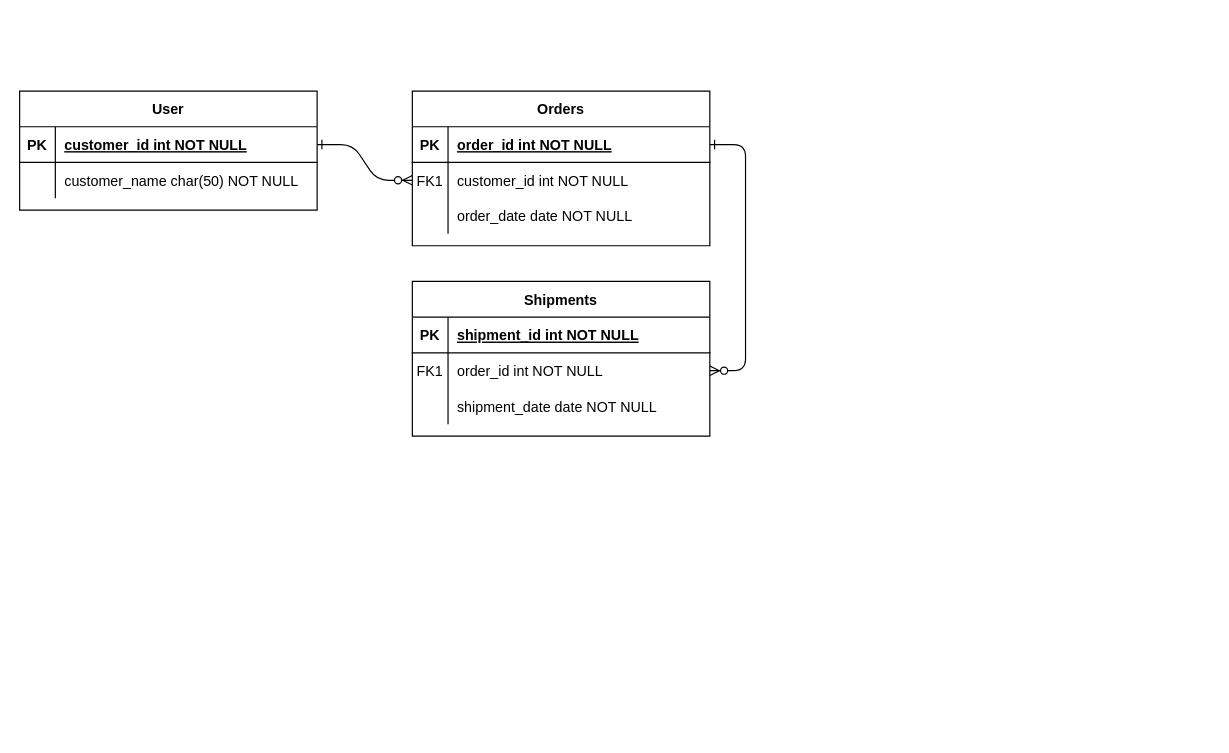
buddikatdk/Task01 keeps this draw.io diagram as page "Page-1" (1 of 3) of Task01.drawio. Above is the earlier version. Source tidied: cells renumbered, new cells numbered last; positions are measured from the earlier drawing's top-left corner, leaving out a move shared by most shapes. Both pictures are drawn from the tidied source at 119%, with x=0, y=0 at pixel (19, 90).
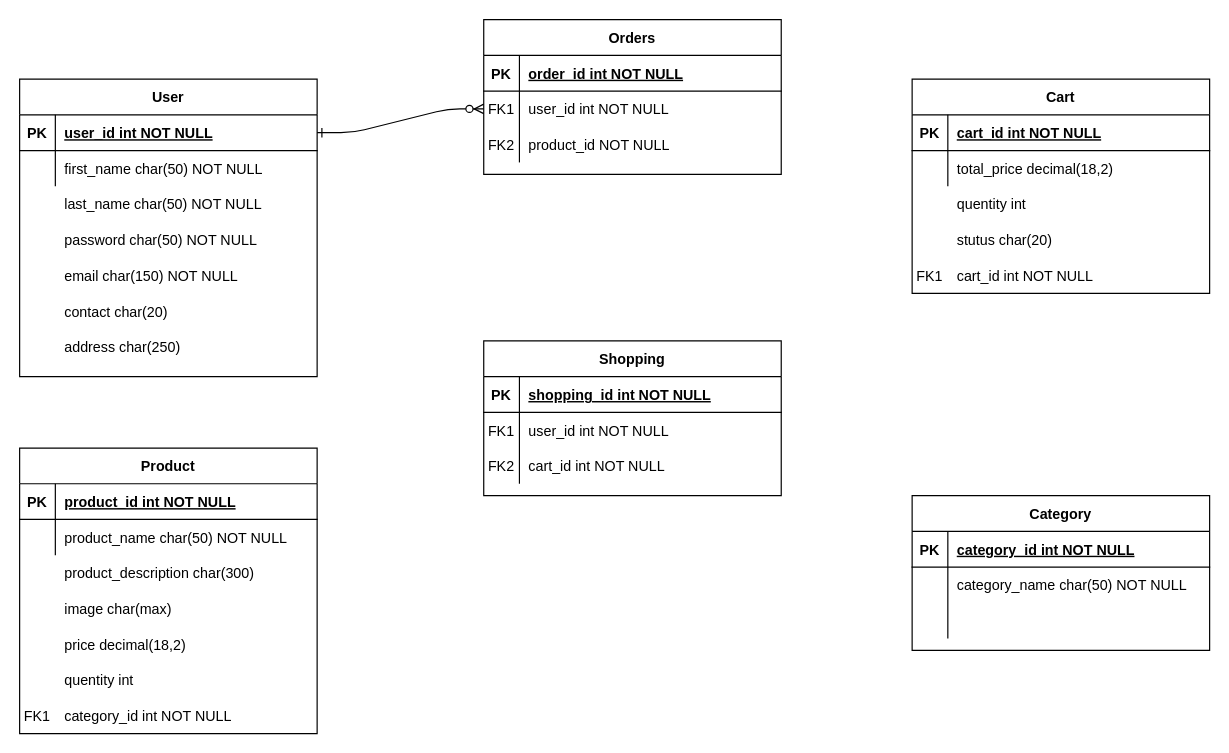
Above is the later version.

Unchanged cells that the change refers to:
```xml
<mxCell id="5" style="shape=partialRectangle;fillColor=none;points=[[0,0.5],[1,0.5]];portConstraint=eastwest;top=0;left=0;right=0;bottom=1;" parent="4" vertex="1">
  <mxGeometry y="30" width="250" height="30" as="geometry" />
</mxCell>
<mxCell id="8" style="shape=partialRectangle;fillColor=none;points=[[0,0.5],[1,0.5]];portConstraint=eastwest;top=0;left=0;right=0;bottom=0;" parent="4" vertex="1">
  <mxGeometry y="60" width="250" height="30" as="geometry" />
</mxCell>
<mxCell id="11" style="shape=partialRectangle;fillColor=none;top=0;left=0;right=0;bottom=0;" parent="4" vertex="1">
  <mxGeometry y="90" width="250" height="30" as="geometry" />
</mxCell>
<mxCell id="15" style="shape=partialRectangle;fillColor=none;top=0;left=0;right=0;bottom=1;" parent="14" vertex="1">
  <mxGeometry y="30" width="250" height="30" as="geometry" />
</mxCell>
<mxCell id="18" style="shape=partialRectangle;fillColor=none;points=[[0,0.5],[1,0.5]];portConstraint=eastwest;top=0;left=0;right=0;bottom=0;" parent="14" vertex="1">
  <mxGeometry y="60" width="250" height="30" as="geometry" />
</mxCell>
<mxCell id="21" style="shape=partialRectangle;fillColor=none;top=0;left=0;right=0;bottom=0;" parent="14" vertex="1">
  <mxGeometry y="90" width="250" height="30" as="geometry" />
</mxCell>
<mxCell id="25" style="shape=partialRectangle;fillColor=none;points=[[0,0.5],[1,0.5]];portConstraint=eastwest;top=0;left=0;right=0;bottom=1;" parent="24" vertex="1">
  <mxGeometry y="30" width="250" height="30" as="geometry" />
</mxCell>
<mxCell id="28" style="shape=partialRectangle;fillColor=none;top=0;left=0;right=0;bottom=0;" parent="24" vertex="1">
  <mxGeometry y="60" width="250" height="30" as="geometry" />
</mxCell>
```

The edit, as a diff of the source:
```diff
@@
-    <mxCell id="3" style="edgeStyle=entityRelationEdgeStyle;endArrow=ERzeroToMany;startArrow=ERone;endFill=1;startFill=0;" parent="1" edge="1" source="5" target="18">
-      <mxGeometry relative="1" as="geometry" />
-    </mxCell>
     <mxCell id="4" value="Orders" style="shape=table;startSize=30;childLayout=tableLayout;rowLines=0;fontStyle=1;align=center;" parent="1" vertex="1">
-      <mxGeometry x="330" width="250" height="130" as="geometry" />
+      <mxGeometry x="390" y="-60" width="250" height="130" as="geometry" />
     </mxCell>
@@
-    <mxCell id="10" value="customer_id int NOT NULL" style="shape=partialRectangle;overflow=hidden;fillColor=none;top=0;left=0;bottom=0;right=0;align=left;spacingLeft=6;" parent="8" vertex="1">
+    <mxCell id="10" value="user_id int NOT NULL" style="shape=partialRectangle;overflow=hidden;fillColor=none;top=0;left=0;bottom=0;right=0;align=left;spacingLeft=6;" parent="8" vertex="1">
       <mxGeometry x="30" width="220" height="30" as="geometry" />
     </mxCell>
@@
-    <mxCell id="13" value="order_date date NOT NULL" style="shape=partialRectangle;overflow=hidden;fillColor=none;top=0;left=0;bottom=0;right=0;align=left;spacingLeft=6;" parent="11" vertex="1">
+    <mxCell id="13" value="product_id NOT NULL" style="shape=partialRectangle;overflow=hidden;fillColor=none;top=0;left=0;bottom=0;right=0;align=left;spacingLeft=6;" parent="11" vertex="1">
       <mxGeometry x="30" width="220" height="30" as="geometry" />
     </mxCell>
-    <mxCell id="14" value="Shipments" style="shape=table;startSize=30;childLayout=tableLayout;rowLines=0;fontStyle=1;align=center;" parent="1" vertex="1">
-      <mxGeometry x="330" y="160" width="250" height="130" as="geometry" />
+    <mxCell id="14" value="Shopping" style="shape=table;startSize=30;childLayout=tableLayout;rowLines=0;fontStyle=1;align=center;" parent="1" vertex="1">
+      <mxGeometry x="390" y="210" width="250" height="130" as="geometry" />
     </mxCell>
@@
-    <mxCell id="17" value="shipment_id int NOT NULL " style="shape=partialRectangle;overflow=hidden;fillColor=none;top=0;left=0;bottom=0;right=0;align=left;spacingLeft=6;fontStyle=5;" parent="15" vertex="1">
+    <mxCell id="17" value="shopping_id int NOT NULL " style="shape=partialRectangle;overflow=hidden;fillColor=none;top=0;left=0;bottom=0;right=0;align=left;spacingLeft=6;fontStyle=5;" parent="15" vertex="1">
       <mxGeometry x="30" width="220" height="30" as="geometry" />
     </mxCell>
@@
-    <mxCell id="20" value="order_id int NOT NULL" style="shape=partialRectangle;overflow=hidden;fillColor=none;top=0;left=0;bottom=0;right=0;align=left;spacingLeft=6;" parent="18" vertex="1">
+    <mxCell id="20" value="user_id int NOT NULL" style="shape=partialRectangle;overflow=hidden;fillColor=none;top=0;left=0;bottom=0;right=0;align=left;spacingLeft=6;" parent="18" vertex="1">
       <mxGeometry x="30" width="220" height="30" as="geometry" />
     </mxCell>
@@
-    <mxCell id="23" value="shipment_date date NOT NULL" style="shape=partialRectangle;overflow=hidden;fillColor=none;top=0;left=0;bottom=0;right=0;align=left;spacingLeft=6;" parent="21" vertex="1">
+    <mxCell id="23" style="shape=partialRectangle;overflow=hidden;fillColor=none;top=0;left=0;bottom=0;right=0;align=left;spacingLeft=6;" parent="21" vertex="1">
       <mxGeometry x="30" width="220" height="30" as="geometry" />
     </mxCell>
     <mxCell id="24" value="User" style="shape=table;startSize=30;childLayout=tableLayout;rowLines=0;fontStyle=1;align=center;" parent="1" vertex="1">
-      <mxGeometry width="250" height="100" as="geometry" />
+      <mxGeometry y="-10" width="250" height="250" as="geometry" />
     </mxCell>
@@
-    <mxCell id="27" value="customer_id int NOT NULL " style="shape=partialRectangle;overflow=hidden;fillColor=none;top=0;left=0;bottom=0;right=0;align=left;spacingLeft=6;fontStyle=5;" parent="25" vertex="1">
+    <mxCell id="27" value="user_id int NOT NULL " style="shape=partialRectangle;overflow=hidden;fillColor=none;top=0;left=0;bottom=0;right=0;align=left;spacingLeft=6;fontStyle=5;" parent="25" vertex="1">
       <mxGeometry x="30" width="220" height="30" as="geometry" />
     </mxCell>
@@
-    <mxCell id="30" value="customer_name char(50) NOT NULL" style="shape=partialRectangle;overflow=hidden;fillColor=none;top=0;left=0;bottom=0;right=0;align=left;spacingLeft=6;" parent="28" vertex="1">
+    <mxCell id="30" value="first_name char(50) NOT NULL" style="shape=partialRectangle;overflow=hidden;fillColor=none;top=0;left=0;bottom=0;right=0;align=left;spacingLeft=6;" parent="28" vertex="1">
       <mxGeometry x="30" width="220" height="30" as="geometry" />
     </mxCell>
+    <mxCell id="31" value="last_name char(50) NOT NULL" style="shape=partialRectangle;overflow=hidden;fillColor=none;top=0;left=0;bottom=0;right=0;align=left;spacingLeft=6;" parent="1" vertex="1">
+      <mxGeometry x="30" y="80" width="220" height="30" as="geometry" />
+    </mxCell>
+    <mxCell id="32" value="password char(50) NOT NULL" style="shape=partialRectangle;overflow=hidden;fillColor=none;top=0;left=0;bottom=0;right=0;align=left;spacingLeft=6;" parent="1" vertex="1">
+      <mxGeometry x="30" y="110" width="220" height="30" as="geometry" />
+    </mxCell>
+    <mxCell id="33" value="email char(150) NOT NULL" style="shape=partialRectangle;overflow=hidden;fillColor=none;top=0;left=0;bottom=0;right=0;align=left;spacingLeft=6;" parent="1" vertex="1">
+      <mxGeometry x="30" y="140" width="220" height="30" as="geometry" />
+    </mxCell>
+    <mxCell id="34" value="contact char(20) " style="shape=partialRectangle;overflow=hidden;fillColor=none;top=0;left=0;bottom=0;right=0;align=left;spacingLeft=6;" parent="1" vertex="1">
+      <mxGeometry x="30" y="170" width="220" height="30" as="geometry" />
+    </mxCell>
+    <mxCell id="35" value="address char(250) " style="shape=partialRectangle;overflow=hidden;fillColor=none;top=0;left=0;bottom=0;right=0;align=left;spacingLeft=6;" parent="1" vertex="1">
+      <mxGeometry x="30" y="200" width="220" height="30" as="geometry" />
+    </mxCell>
+    <mxCell id="36" value="Product" style="shape=table;startSize=30;childLayout=tableLayout;rowLines=0;fontStyle=1;align=center;" parent="1" vertex="1">
+      <mxGeometry y="300" width="250" height="240" as="geometry" />
+    </mxCell>
+    <mxCell id="37" style="shape=partialRectangle;fillColor=none;top=0;left=0;right=0;bottom=1;" parent="36" vertex="1">
+      <mxGeometry y="30" width="250" height="30" as="geometry" />
+    </mxCell>
+    <mxCell id="38" value="PK" style="shape=partialRectangle;overflow=hidden;fillColor=none;top=0;left=0;bottom=0;right=0;fontStyle=1;" parent="37" vertex="1">
+      <mxGeometry width="30" height="30" as="geometry" />
+    </mxCell>
+    <mxCell id="39" value="product_id int NOT NULL " style="shape=partialRectangle;overflow=hidden;fillColor=none;top=0;left=0;bottom=0;right=0;align=left;spacingLeft=6;fontStyle=5;" parent="37" vertex="1">
+      <mxGeometry x="30" width="220" height="30" as="geometry" />
+    </mxCell>
+    <mxCell id="40" style="shape=partialRectangle;fillColor=none;top=0;left=0;right=0;bottom=0;" parent="36" vertex="1">
+      <mxGeometry y="60" width="250" height="30" as="geometry" />
+    </mxCell>
+    <mxCell id="41" style="shape=partialRectangle;overflow=hidden;fillColor=none;top=0;left=0;bottom=0;right=0;" parent="40" vertex="1">
+      <mxGeometry width="30" height="30" as="geometry" />
+    </mxCell>
+    <mxCell id="42" value="product_name char(50) NOT NULL" style="shape=partialRectangle;overflow=hidden;fillColor=none;top=0;left=0;bottom=0;right=0;align=left;spacingLeft=6;" parent="40" vertex="1">
+      <mxGeometry x="30" width="220" height="30" as="geometry" />
+    </mxCell>
+    <mxCell id="43" value="product_description char(300) " style="shape=partialRectangle;overflow=hidden;fillColor=none;top=0;left=0;bottom=0;right=0;align=left;spacingLeft=6;" parent="1" vertex="1">
+      <mxGeometry x="30" y="390" width="220" height="30" as="geometry" />
+    </mxCell>
+    <mxCell id="44" value="image char(max)" style="shape=partialRectangle;overflow=hidden;fillColor=none;top=0;left=0;bottom=0;right=0;align=left;spacingLeft=6;" parent="1" vertex="1">
+      <mxGeometry x="30" y="420" width="220" height="30" as="geometry" />
+    </mxCell>
+    <mxCell id="45" value="price decimal(18,2)" style="shape=partialRectangle;overflow=hidden;fillColor=none;top=0;left=0;bottom=0;right=0;align=left;spacingLeft=6;" parent="1" vertex="1">
+      <mxGeometry x="30" y="450" width="220" height="30" as="geometry" />
+    </mxCell>
+    <mxCell id="46" value="quentity int" style="shape=partialRectangle;overflow=hidden;fillColor=none;top=0;left=0;bottom=0;right=0;align=left;spacingLeft=6;" parent="1" vertex="1">
+      <mxGeometry x="30" y="480" width="220" height="30" as="geometry" />
+    </mxCell>
+    <mxCell id="47" value="category_id int NOT NULL" style="shape=partialRectangle;overflow=hidden;fillColor=none;top=0;left=0;bottom=0;right=0;align=left;spacingLeft=6;" parent="1" vertex="1">
+      <mxGeometry x="30" y="510" width="220" height="30" as="geometry" />
+    </mxCell>
+    <mxCell id="48" value="FK1" style="shape=partialRectangle;overflow=hidden;fillColor=none;top=0;left=0;bottom=0;right=0;" parent="1" vertex="1">
+      <mxGeometry y="510" width="30" height="30" as="geometry" />
+    </mxCell>
+    <mxCell id="49" value="FK2" style="shape=partialRectangle;overflow=hidden;fillColor=none;top=0;left=0;bottom=0;right=0;" parent="1" vertex="1">
+      <mxGeometry x="390" y="30" width="30" height="30" as="geometry" />
+    </mxCell>
+    <mxCell id="50" style="shape=partialRectangle;fillColor=none;top=0;left=0;right=0;bottom=0;" parent="1" vertex="1">
+      <mxGeometry x="390" y="300" width="250" height="30" as="geometry" />
+    </mxCell>
+    <mxCell id="51" value="FK2" style="shape=partialRectangle;overflow=hidden;fillColor=none;top=0;left=0;bottom=0;right=0;" parent="50" vertex="1">
+      <mxGeometry width="30" height="30" as="geometry" />
+    </mxCell>
+    <mxCell id="52" value="cart_id int NOT NULL" style="shape=partialRectangle;overflow=hidden;fillColor=none;top=0;left=0;bottom=0;right=0;align=left;spacingLeft=6;" parent="50" vertex="1">
+      <mxGeometry x="30" width="220" height="30" as="geometry" />
+    </mxCell>
+    <mxCell id="53" value="Cart" style="shape=table;startSize=30;childLayout=tableLayout;rowLines=0;fontStyle=1;align=center;" parent="1" vertex="1">
+      <mxGeometry x="750" y="-10" width="250" height="180" as="geometry" />
+    </mxCell>
+    <mxCell id="54" style="shape=partialRectangle;fillColor=none;top=0;left=0;right=0;bottom=1;" parent="53" vertex="1">
+      <mxGeometry y="30" width="250" height="30" as="geometry" />
+    </mxCell>
+    <mxCell id="55" value="PK" style="shape=partialRectangle;overflow=hidden;fillColor=none;top=0;left=0;bottom=0;right=0;fontStyle=1;" parent="54" vertex="1">
+      <mxGeometry width="30" height="30" as="geometry" />
+    </mxCell>
+    <mxCell id="56" value="cart_id int NOT NULL " style="shape=partialRectangle;overflow=hidden;fillColor=none;top=0;left=0;bottom=0;right=0;align=left;spacingLeft=6;fontStyle=5;" parent="54" vertex="1">
+      <mxGeometry x="30" width="220" height="30" as="geometry" />
+    </mxCell>
+    <mxCell id="57" style="shape=partialRectangle;fillColor=none;top=0;left=0;right=0;bottom=0;" parent="53" vertex="1">
+      <mxGeometry y="60" width="250" height="30" as="geometry" />
+    </mxCell>
+    <mxCell id="58" style="shape=partialRectangle;overflow=hidden;fillColor=none;top=0;left=0;bottom=0;right=0;" parent="57" vertex="1">
+      <mxGeometry width="30" height="30" as="geometry" />
+    </mxCell>
+    <mxCell id="59" value="total_price decimal(18,2)" style="shape=partialRectangle;overflow=hidden;fillColor=none;top=0;left=0;bottom=0;right=0;align=left;spacingLeft=6;" parent="57" vertex="1">
+      <mxGeometry x="30" width="220" height="30" as="geometry" />
+    </mxCell>
+    <mxCell id="60" value="quentity int" style="shape=partialRectangle;overflow=hidden;fillColor=none;top=0;left=0;bottom=0;right=0;align=left;spacingLeft=6;" parent="1" vertex="1">
+      <mxGeometry x="780" y="80" width="220" height="30" as="geometry" />
+    </mxCell>
+    <mxCell id="61" value="stutus char(20)" style="shape=partialRectangle;overflow=hidden;fillColor=none;top=0;left=0;bottom=0;right=0;align=left;spacingLeft=6;" parent="1" vertex="1">
+      <mxGeometry x="780" y="110" width="220" height="30" as="geometry" />
+    </mxCell>
+    <mxCell id="62" value="FK1" style="shape=partialRectangle;overflow=hidden;fillColor=none;top=0;left=0;bottom=0;right=0;" parent="1" vertex="1">
+      <mxGeometry x="750" y="140" width="30" height="30" as="geometry" />
+    </mxCell>
+    <mxCell id="63" value="cart_id int NOT NULL" style="shape=partialRectangle;overflow=hidden;fillColor=none;top=0;left=0;bottom=0;right=0;align=left;spacingLeft=6;" parent="1" vertex="1">
+      <mxGeometry x="780" y="140" width="220" height="30" as="geometry" />
+    </mxCell>
+    <mxCell id="64" value="Category" style="shape=table;startSize=30;childLayout=tableLayout;rowLines=0;fontStyle=1;align=center;" parent="1" vertex="1">
+      <mxGeometry x="750" y="340" width="250" height="130" as="geometry" />
+    </mxCell>
+    <mxCell id="65" style="shape=partialRectangle;fillColor=none;top=0;left=0;right=0;bottom=1;" parent="64" vertex="1">
+      <mxGeometry y="30" width="250" height="30" as="geometry" />
+    </mxCell>
+    <mxCell id="66" value="PK" style="shape=partialRectangle;overflow=hidden;fillColor=none;top=0;left=0;bottom=0;right=0;fontStyle=1;" parent="65" vertex="1">
+      <mxGeometry width="30" height="30" as="geometry" />
+    </mxCell>
+    <mxCell id="67" value="category_id int NOT NULL " style="shape=partialRectangle;overflow=hidden;fillColor=none;top=0;left=0;bottom=0;right=0;align=left;spacingLeft=6;fontStyle=5;" parent="65" vertex="1">
+      <mxGeometry x="30" width="220" height="30" as="geometry" />
+    </mxCell>
+    <mxCell id="68" style="shape=partialRectangle;fillColor=none;top=0;left=0;right=0;bottom=0;" parent="64" vertex="1">
+      <mxGeometry y="60" width="250" height="30" as="geometry" />
+    </mxCell>
+    <mxCell id="69" style="shape=partialRectangle;overflow=hidden;fillColor=none;top=0;left=0;bottom=0;right=0;" parent="68" vertex="1">
+      <mxGeometry width="30" height="30" as="geometry" />
+    </mxCell>
+    <mxCell id="70" value="category_name char(50) NOT NULL" style="shape=partialRectangle;overflow=hidden;fillColor=none;top=0;left=0;bottom=0;right=0;align=left;spacingLeft=6;" parent="68" vertex="1">
+      <mxGeometry x="30" width="220" height="30" as="geometry" />
+    </mxCell>
+    <mxCell id="71" style="shape=partialRectangle;fillColor=none;top=0;left=0;right=0;bottom=0;" parent="64" vertex="1">
+      <mxGeometry y="90" width="250" height="30" as="geometry" />
+    </mxCell>
+    <mxCell id="72" style="shape=partialRectangle;overflow=hidden;fillColor=none;top=0;left=0;bottom=0;right=0;" parent="71" vertex="1">
+      <mxGeometry width="30" height="30" as="geometry" />
+    </mxCell>
+    <mxCell id="73" style="shape=partialRectangle;overflow=hidden;fillColor=none;top=0;left=0;bottom=0;right=0;align=left;spacingLeft=6;" parent="71" vertex="1">
+      <mxGeometry x="30" width="220" height="30" as="geometry" />
+    </mxCell>
```
